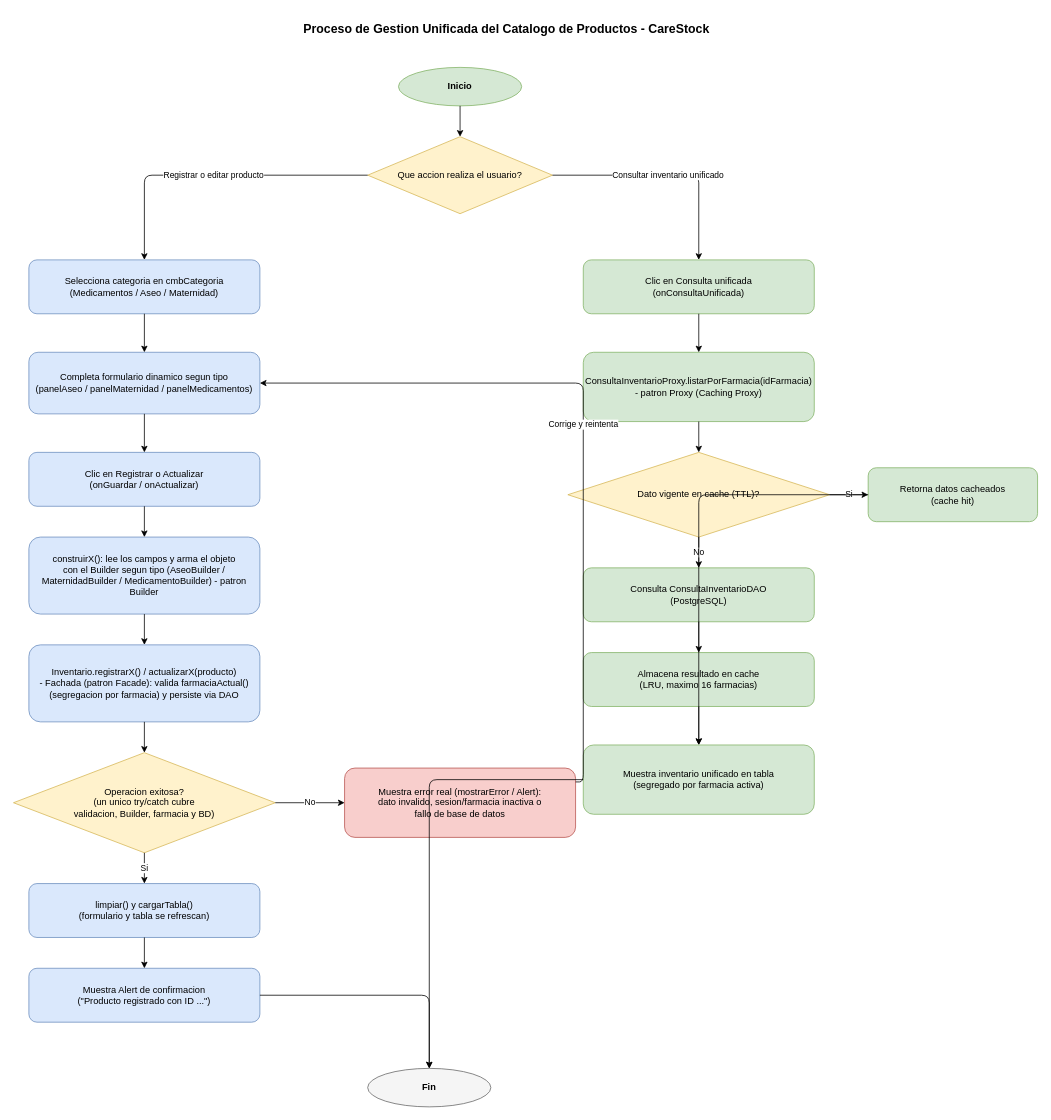
This is docs/diagramas/HU-103/PROCESO_CATALOGO_UNIFICADO.drawio from puj-course/FIS_2630_1204_G1, a draw.io file, before an edit. Source tidied: cells renumbered, new cells numbered last; positions are measured from the earlier drawing's top-left corner, leaving out a move shared by most shapes. Both pictures are drawn from the tidied source at 77%, with x=0, y=0 at pixel (13, 13).
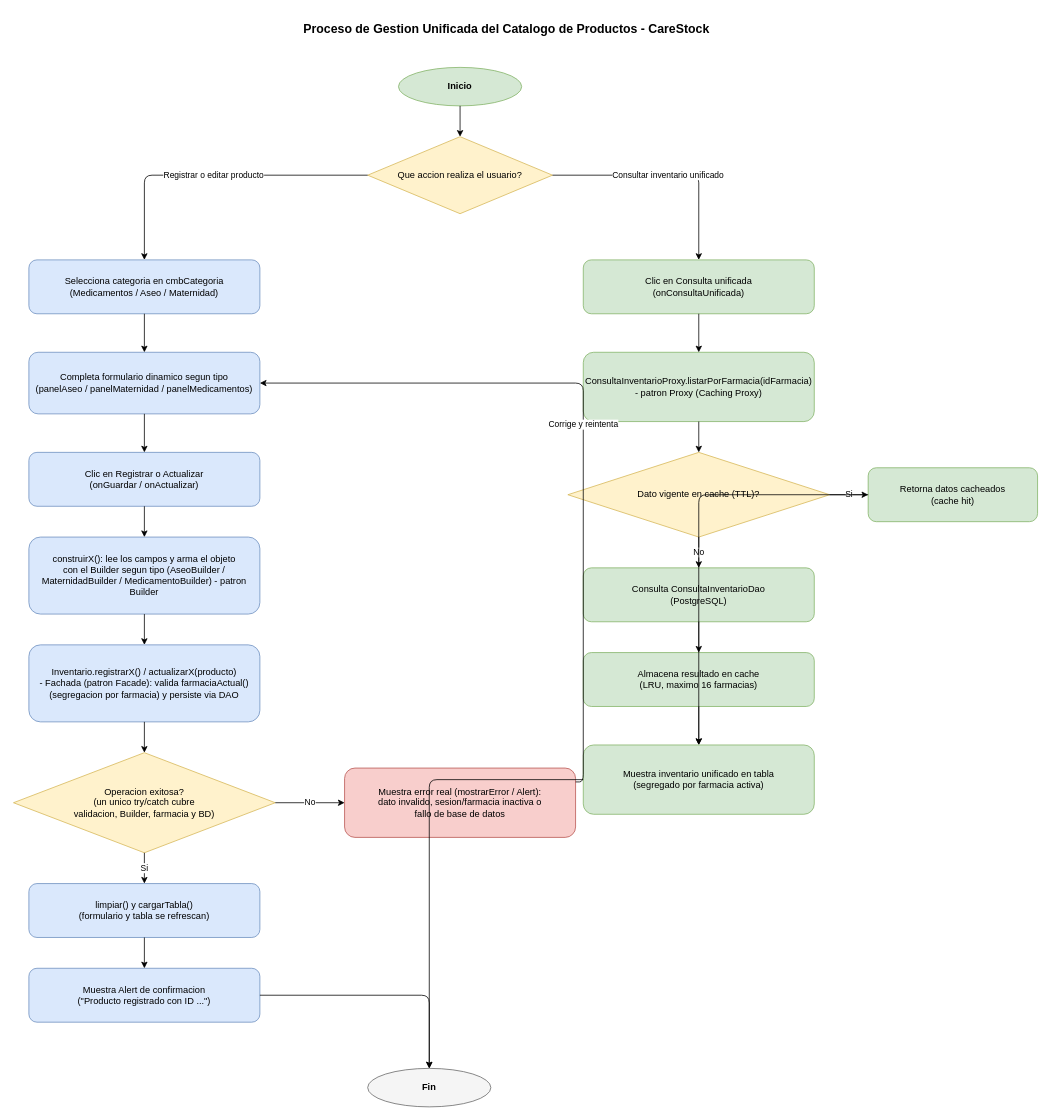
The same diagram, later.

Diff of the diagram source:
```diff
@@
-    <mxCell id="18" value="Consulta ConsultaInventarioDAO&#10;(PostgreSQL)" style="rounded=1;whiteSpace=wrap;html=1;fillColor=#d5e8d4;strokeColor=#82b366;fontSize=12;" parent="1" vertex="1">
+    <mxCell id="18" value="Consulta ConsultaInventarioDao&#10;(PostgreSQL)" style="rounded=1;whiteSpace=wrap;html=1;fillColor=#d5e8d4;strokeColor=#82b366;fontSize=12;" parent="1" vertex="1">
       <mxGeometry x="740" y="720" width="300" height="70" as="geometry" />
     </mxCell>
```
